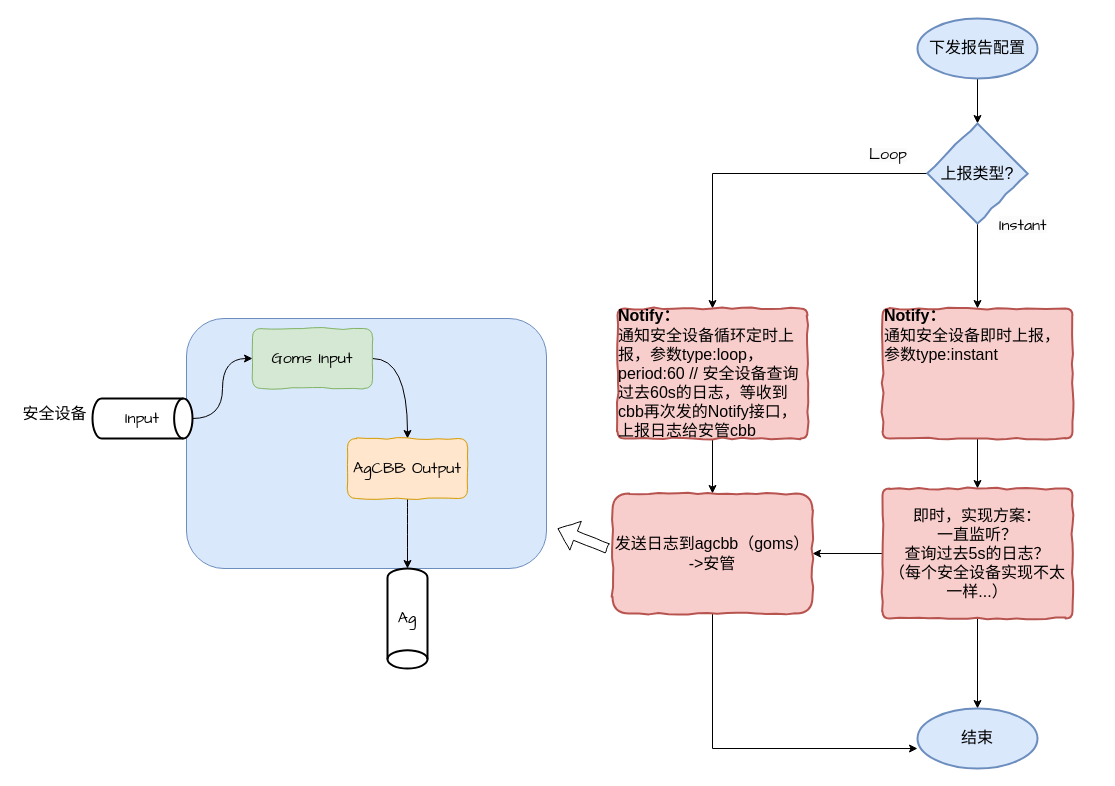
Earlier version of the draw.io diagram 日志流程.drawio (echotj/im). Source tidied: cells renumbered, new cells numbered last; positions are measured from the earlier drawing's top-left corner, leaving out a move shared by most shapes. Both pictures are drawn from the tidied source at 100%, with x=0, y=0 at pixel (17, 18).
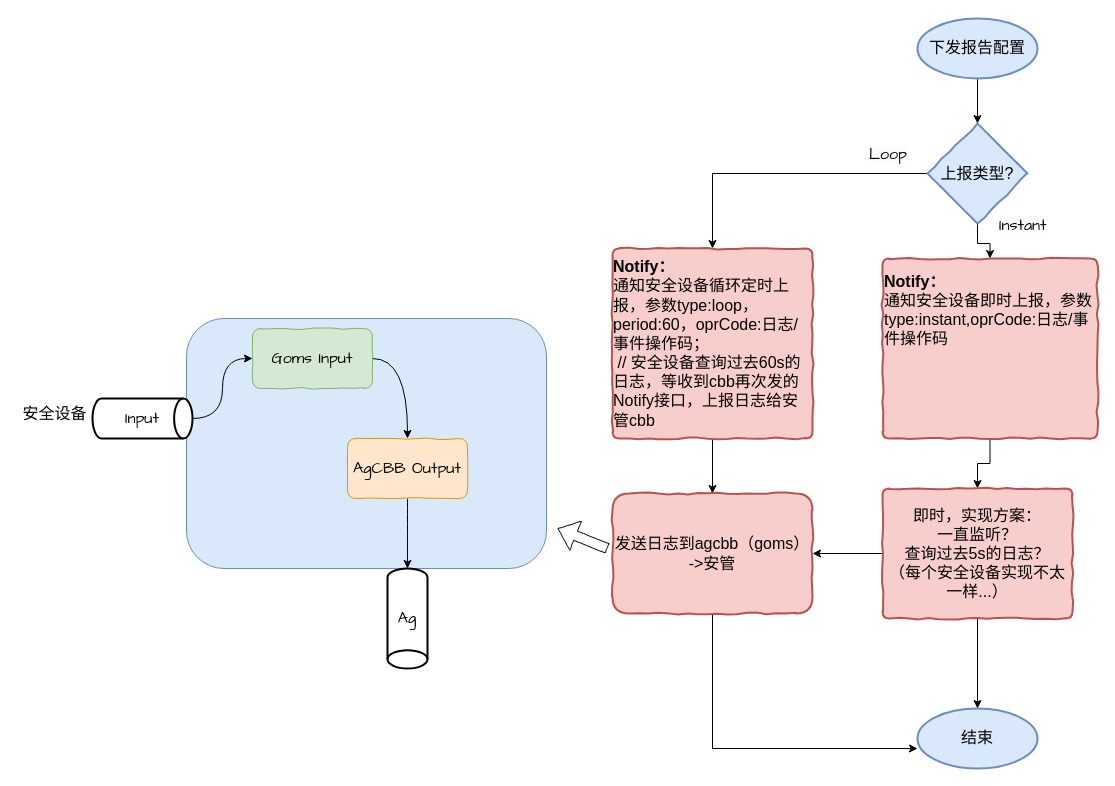
Above is the later version.

Commit message:
更新日志流程.drawio

Diff of the diagram source:
```diff
@@
-    <mxCell id="9" value="&lt;div style=&quot;&quot;&gt;&lt;span style=&quot;font-size: 16px; background-color: initial;&quot;&gt;&lt;b&gt;Notify：&lt;/b&gt;&lt;/span&gt;&lt;/div&gt;&lt;span style=&quot;font-size: 16px;&quot;&gt;&lt;div style=&quot;&quot;&gt;&lt;span style=&quot;background-color: initial;&quot;&gt;通知安全设备即时上报，参数type:instant&lt;/span&gt;&lt;/div&gt;&lt;div style=&quot;&quot;&gt;&lt;span style=&quot;background-color: initial;&quot;&gt;&lt;br&gt;&lt;/span&gt;&lt;/div&gt;&lt;div style=&quot;&quot;&gt;&lt;span style=&quot;background-color: initial;&quot;&gt;&lt;br&gt;&lt;/span&gt;&lt;/div&gt;&lt;div style=&quot;&quot;&gt;&lt;span style=&quot;background-color: initial;&quot;&gt;&lt;br&gt;&lt;/span&gt;&lt;/div&gt;&lt;div style=&quot;&quot;&gt;&lt;span style=&quot;background-color: initial;&quot;&gt;&lt;br&gt;&lt;/span&gt;&lt;/div&gt;&lt;/span&gt;" style="rounded=1;whiteSpace=wrap;html=1;absoluteArcSize=1;arcSize=14;strokeWidth=2;fillColor=#f8cecc;strokeColor=#b85450;comic=1;align=left;" parent="1" vertex="1">
-      <mxGeometry x="865" y="290" width="190" height="130" as="geometry" />
+    <mxCell id="9" value="&lt;div style=&quot;&quot;&gt;&lt;span style=&quot;font-size: 16px; background-color: initial;&quot;&gt;&lt;b&gt;Notify：&lt;/b&gt;&lt;/span&gt;&lt;/div&gt;&lt;span style=&quot;font-size: 16px;&quot;&gt;&lt;div style=&quot;&quot;&gt;&lt;span style=&quot;background-color: initial;&quot;&gt;通知安全设备即时上报，参数type:instant,oprCode:日志/事件操作码&lt;/span&gt;&lt;/div&gt;&lt;div style=&quot;&quot;&gt;&lt;span style=&quot;background-color: initial;&quot;&gt;&lt;br&gt;&lt;/span&gt;&lt;/div&gt;&lt;div style=&quot;&quot;&gt;&lt;span style=&quot;background-color: initial;&quot;&gt;&lt;br&gt;&lt;/span&gt;&lt;/div&gt;&lt;div style=&quot;&quot;&gt;&lt;span style=&quot;background-color: initial;&quot;&gt;&lt;br&gt;&lt;/span&gt;&lt;/div&gt;&lt;div style=&quot;&quot;&gt;&lt;span style=&quot;background-color: initial;&quot;&gt;&lt;br&gt;&lt;/span&gt;&lt;/div&gt;&lt;/span&gt;" style="rounded=1;whiteSpace=wrap;html=1;absoluteArcSize=1;arcSize=14;strokeWidth=2;fillColor=#f8cecc;strokeColor=#b85450;comic=1;align=left;" parent="1" vertex="1">
+      <mxGeometry x="865" y="240" width="215" height="180" as="geometry" />
     </mxCell>
@@
-    <mxCell id="13" value="&lt;div style=&quot;text-align: left;&quot;&gt;&lt;b style=&quot;font-size: 16px; background-color: initial;&quot;&gt;Notify：&lt;/b&gt;&lt;/div&gt;&lt;span style=&quot;font-size: 16px;&quot;&gt;&lt;div style=&quot;text-align: left;&quot;&gt;&lt;span style=&quot;background-color: initial;&quot;&gt;通知安全设备循环定时上报，参数type:loop，period:60 // 安全设备查询过去60s的日志，等收到cbb再次发的Notify接口，上报日志给安管cbb&lt;/span&gt;&lt;/div&gt;&lt;/span&gt;" style="rounded=1;whiteSpace=wrap;html=1;absoluteArcSize=1;arcSize=14;strokeWidth=2;fillColor=#f8cecc;strokeColor=#b85450;comic=1;" parent="1" vertex="1">
-      <mxGeometry x="600" y="290" width="190" height="130" as="geometry" />
+    <mxCell id="13" value="&lt;div style=&quot;text-align: left;&quot;&gt;&lt;b style=&quot;font-size: 16px; background-color: initial;&quot;&gt;Notify：&lt;/b&gt;&lt;/div&gt;&lt;span style=&quot;font-size: 16px;&quot;&gt;&lt;div style=&quot;text-align: left;&quot;&gt;&lt;span style=&quot;background-color: initial;&quot;&gt;通知安全设备循环定时上报，参数type:loop，period:60，oprCode:日志/事件操作码；&lt;br&gt;&amp;nbsp;// 安全设备查询过去60s的日志，等收到cbb再次发的Notify接口，上报日志给安管cbb&lt;/span&gt;&lt;/div&gt;&lt;/span&gt;" style="rounded=1;whiteSpace=wrap;html=1;absoluteArcSize=1;arcSize=14;strokeWidth=2;fillColor=#f8cecc;strokeColor=#b85450;comic=1;" parent="1" vertex="1">
+      <mxGeometry x="595" y="230" width="200" height="190" as="geometry" />
     </mxCell>
```
